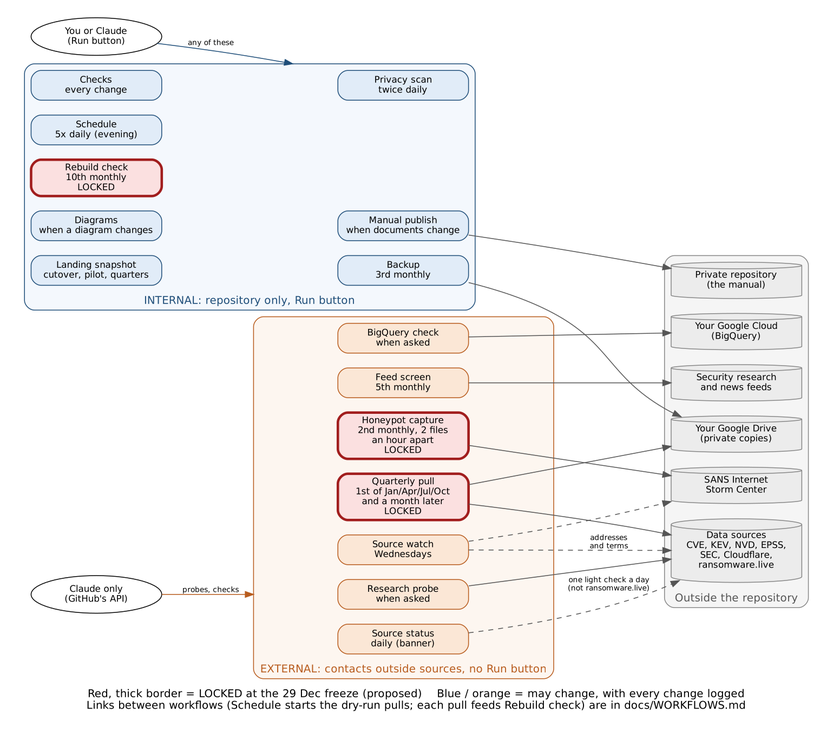
Before: docs/diagrams/workflow_runs.png, a diagram exported from Graphviz (pagagne/internet-security-snapshot). Its source is kept beside it as docs/diagrams/workflow_runs.dot.
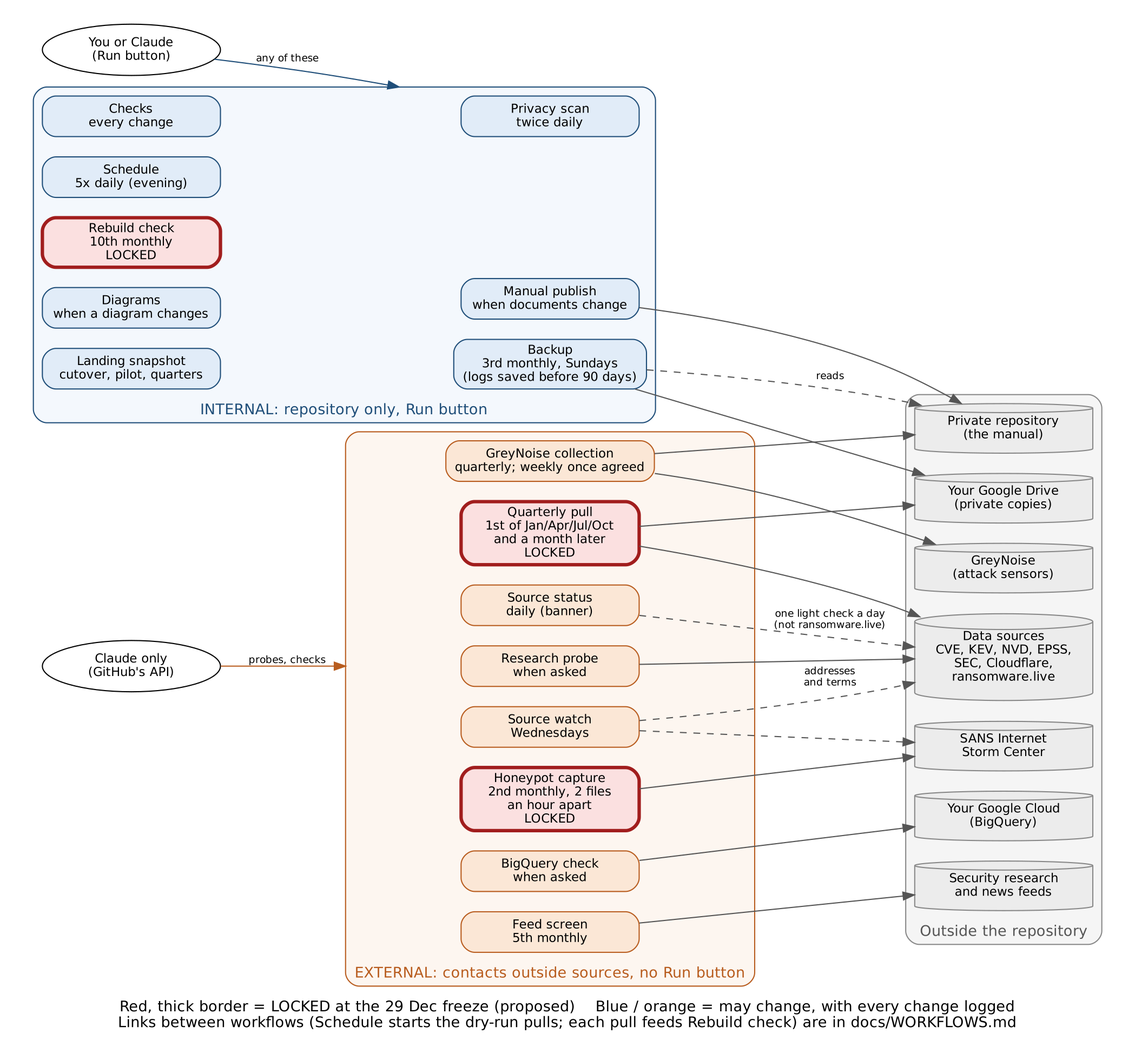
After the commit.

The edit, as a diff of the source:
```diff
@@ -16,7 +16,7 @@
     sched   [label="Schedule\n5x daily (evening)"];
     rebuild [label="Rebuild check\n10th monthly\nLOCKED", fillcolor="#fbe0e0", color="#a11d1d", penwidth=3];
     diag    [label="Diagrams\nwhen a diagram changes"];
-    backup  [label="Backup\n3rd monthly"];
+    backup  [label="Backup\n3rd monthly, Sundays\n(logs saved before 90 days)"];
     manual  [label="Manual publish\nwhen documents change"];
     landing [label="Landing snapshot\ncutover, pilot, quarters"];
   }
@@ -27,6 +27,7 @@
     pull  [label="Quarterly pull\n1st of Jan/Apr/Jul/Oct\nand a month later\nLOCKED", fillcolor="#fbe0e0", color="#a11d1d", penwidth=3];
     honey [label="Honeypot capture\n2nd monthly, 2 files\nan hour apart\nLOCKED", fillcolor="#fbe0e0", color="#a11d1d", penwidth=3];
     probe [label="Research probe\nwhen asked"];
+    gn    [label="GreyNoise collection\nquarterly; weekly once agreed"];
     bq    [label="BigQuery check\nwhen asked"];
     feeds [label="Feed screen\n5th monthly"];
     watch [label="Source watch\nWednesdays"];
@@ -41,12 +42,13 @@
     gcp     [label="Your Google Cloud\n(BigQuery)"];
     drive   [label="Your Google Drive\n(private copies)"];
     news    [label="Security research\nand news feeds"];
+    greynoise [label="GreyNoise\n(attack sensors)"];
     private [label="Private repository\n(the manual)"];
   }
 
   { rank=same; you; claude; }
-    { rank=same; sources; sans; gcp; drive; news; private; }
+    { rank=same; sources; sans; gcp; drive; news; greynoise; private; }
   you -> privacy [lhead=cluster_int, color="#1f4e79", label="any of these"];
   claude -> probe [lhead=cluster_ext, color="#b85c1e", label="probes, checks"];
-  pull -> sources; pull -> drive; probe -> sources; honey -> sans; bq -> gcp; backup -> drive; feeds -> news; watch -> sources [style=dashed, label="addresses\nand terms"]; watch -> sans [style=dashed]; status -> sources [style=dashed, label="one light check a day\n(not ransomware.live)"]; manual -> private;
+  pull -> sources; pull -> drive; probe -> sources; honey -> sans; bq -> gcp; backup -> drive; feeds -> news; watch -> sources [style=dashed, label="addresses\nand terms"]; watch -> sans [style=dashed]; status -> sources [style=dashed, label="one light check a day\n(not ransomware.live)"]; manual -> private; gn -> greynoise; gn -> private; backup -> private [style=dashed, label="reads"];
 }
```
